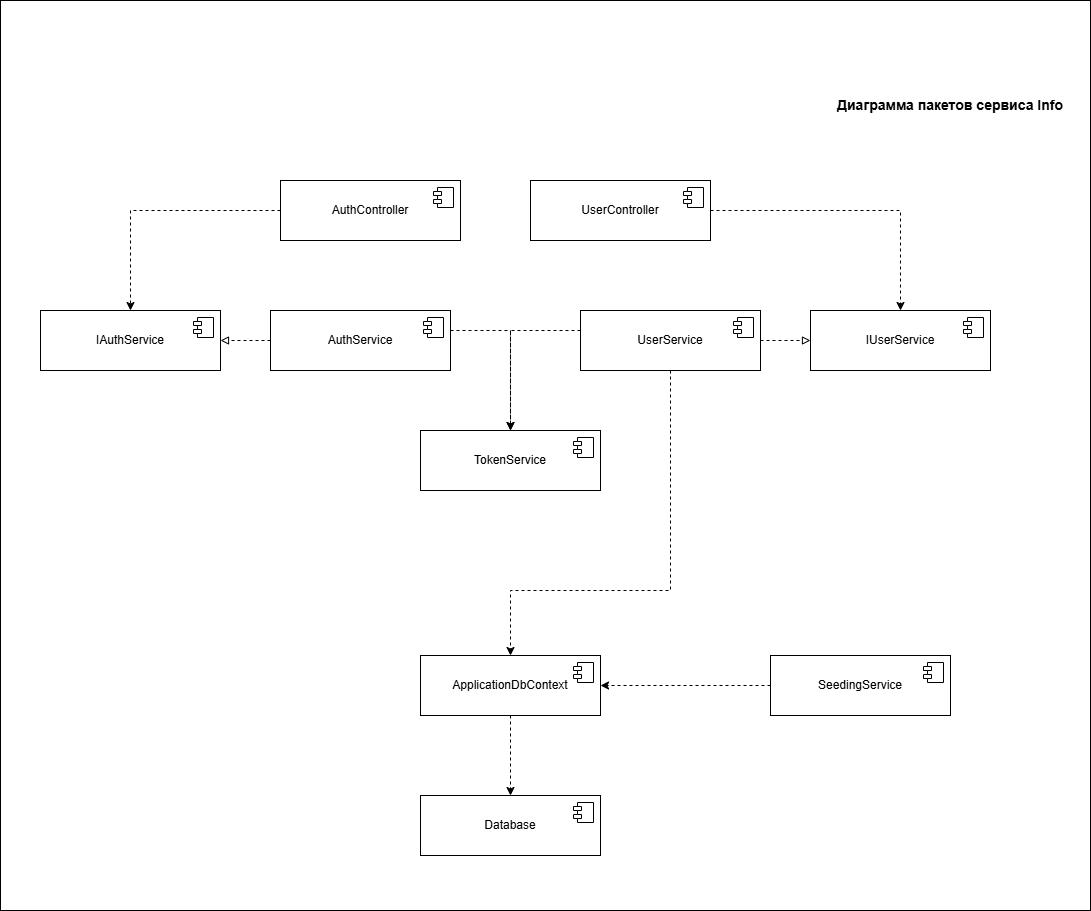
The draw.io diagram Диаграмма_компонентов-Info.drawio.png in Racoon-bank/Racoon-Info, before a commit. Source tidied: cells renumbered, new cells last; positions are measured from the earlier drawing's top-left corner, leaving out a move shared by most shapes.
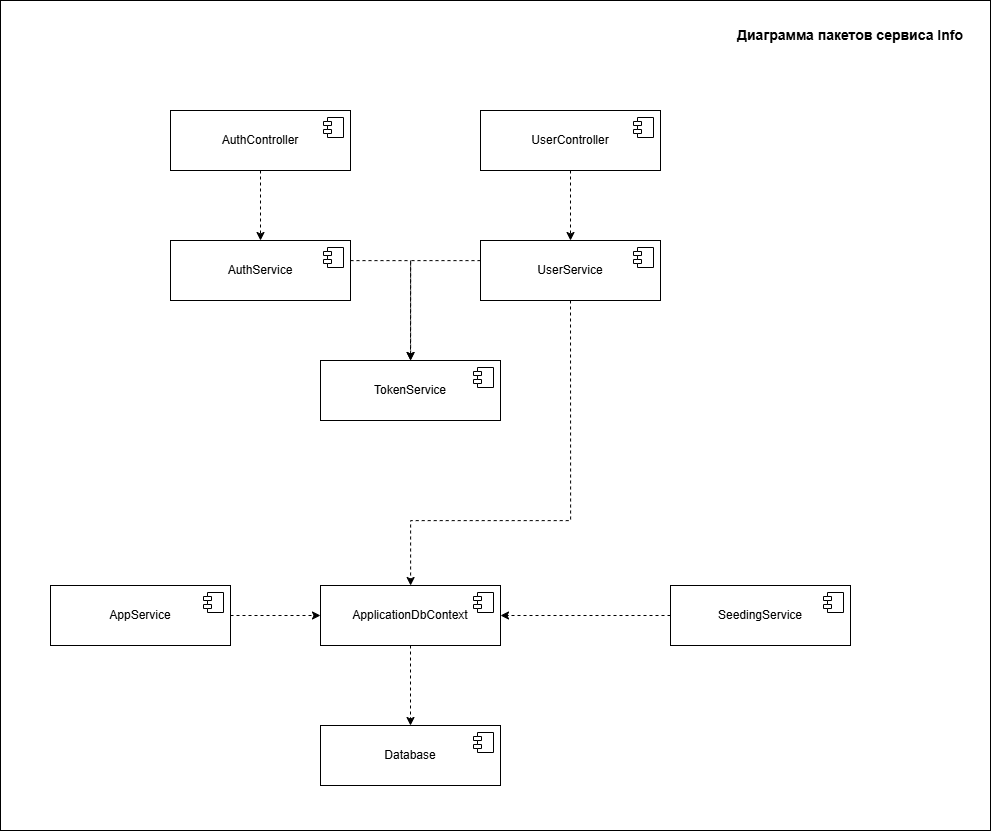
The same diagram one commit later.

Change to the diagram source:
```diff
@@ -2,28 +2,17 @@
   <root>
     <mxCell id="0" />
     <mxCell id="1" parent="0" />
-    <mxCell id="2" style="edgeStyle=orthogonalEdgeStyle;rounded=0;jettySize=auto;html=1;dashed=1;" parent="1" edge="1" source="3" target="5">
+    <mxCell id="2" style="edgeStyle=orthogonalEdgeStyle;rounded=0;jettySize=auto;html=1;dashed=1;entryX=0.5;entryY=0;entryDx=0;entryDy=0;" parent="1" edge="1" source="3" target="9">
       <mxGeometry relative="1" as="geometry" />
     </mxCell>
     <mxCell id="3" value="AuthController" style="html=1;whiteSpace=wrap;" parent="1" vertex="1">
-      <mxGeometry x="280" y="180" width="180" height="60" as="geometry" />
+      <mxGeometry x="270" y="180" width="180" height="60" as="geometry" />
     </mxCell>
     <mxCell id="4" style="shape=module;jettyWidth=8;jettyHeight=4;" parent="3" vertex="1">
       <mxGeometry x="1" width="20" height="20" relative="1" as="geometry">
         <mxPoint x="-27" y="7" as="offset" />
       </mxGeometry>
     </mxCell>
-    <mxCell id="5" value="IAuthService" style="html=1;whiteSpace=wrap;" parent="1" vertex="1">
-      <mxGeometry x="40" y="310" width="180" height="60" as="geometry" />
-    </mxCell>
-    <mxCell id="6" style="shape=module;jettyWidth=8;jettyHeight=4;" parent="5" vertex="1">
-      <mxGeometry x="1" width="20" height="20" relative="1" as="geometry">
-        <mxPoint x="-27" y="7" as="offset" />
-      </mxGeometry>
-    </mxCell>
-    <mxCell id="7" style="edgeStyle=orthogonalEdgeStyle;rounded=0;jettySize=auto;html=1;dashed=1;endArrow=block;endFill=0;" parent="1" edge="1" source="9" target="5">
-      <mxGeometry relative="1" as="geometry" />
-    </mxCell>
     <mxCell id="8" style="edgeStyle=orthogonalEdgeStyle;rounded=0;jettySize=auto;html=1;dashed=1;" parent="1" edge="1" source="9" target="27">
       <mxGeometry relative="1" as="geometry">
         <Array as="points">
@@ -61,11 +50,11 @@
     <mxCell id="16" value="&lt;b&gt;&lt;font style=&quot;font-size: 14px;&quot;&gt;Диаграмма пакетов сервиса Info&lt;/font&gt;&lt;/b&gt;" style="text;html=1;whiteSpace=wrap;strokeColor=none;fillColor=none;align=center;verticalAlign=middle;rounded=0;" parent="1" vertex="1">
       <mxGeometry x="830" y="90" width="240" height="30" as="geometry" />
     </mxCell>
-    <mxCell id="17" style="edgeStyle=orthogonalEdgeStyle;rounded=0;jettySize=auto;html=1;dashed=1;" parent="1" edge="1" source="18" target="21">
+    <mxCell id="17" style="edgeStyle=orthogonalEdgeStyle;rounded=0;jettySize=auto;html=1;dashed=1;" parent="1" edge="1" source="18" target="25">
       <mxGeometry relative="1" as="geometry" />
     </mxCell>
     <mxCell id="18" value="UserController" style="html=1;whiteSpace=wrap;" parent="1" vertex="1">
-      <mxGeometry x="530" y="180" width="180" height="60" as="geometry" />
+      <mxGeometry x="580" y="180" width="180" height="60" as="geometry" />
     </mxCell>
     <mxCell id="19" style="shape=module;jettyWidth=8;jettyHeight=4;" parent="18" vertex="1">
       <mxGeometry x="1" width="20" height="20" relative="1" as="geometry">
@@ -80,17 +69,6 @@
         </Array>
       </mxGeometry>
     </mxCell>
-    <mxCell id="21" value="IUserService" style="html=1;whiteSpace=wrap;" parent="1" vertex="1">
-      <mxGeometry x="810" y="310" width="180" height="60" as="geometry" />
-    </mxCell>
-    <mxCell id="22" style="shape=module;jettyWidth=8;jettyHeight=4;" parent="21" vertex="1">
-      <mxGeometry x="1" width="20" height="20" relative="1" as="geometry">
-        <mxPoint x="-27" y="7" as="offset" />
-      </mxGeometry>
-    </mxCell>
-    <mxCell id="23" style="edgeStyle=orthogonalEdgeStyle;rounded=0;jettySize=auto;html=1;dashed=1;endArrow=block;endFill=0;" parent="1" edge="1" source="25" target="21">
-      <mxGeometry relative="1" as="geometry" />
-    </mxCell>
     <mxCell id="24" style="edgeStyle=orthogonalEdgeStyle;rounded=0;jettySize=auto;html=1;entryX=0.5;entryY=0;entryDx=0;entryDy=0;dashed=1;" parent="1" edge="1" source="25" target="27">
       <mxGeometry relative="1" as="geometry">
         <Array as="points">
@@ -125,8 +103,19 @@
         <mxPoint x="-27" y="7" as="offset" />
       </mxGeometry>
     </mxCell>
-    <mxCell id="32" style="rounded=0;whiteSpace=wrap;html=1;fillColor=none;" parent="1" vertex="1">
-      <mxGeometry width="1090" height="910" as="geometry" />
-    </mxCell>
+    <mxCell id="33" style="edgeStyle=orthogonalEdgeStyle;rounded=0;jettySize=auto;html=1;dashed=1;" parent="1" edge="1" source="34" target="12">
+      <mxGeometry relative="1" as="geometry" />
+    </mxCell>
+    <mxCell id="34" value="&lt;span style=&quot;background-color: transparent; color: light-dark(rgb(0, 0, 0), rgb(255, 255, 255));&quot;&gt;AppService&lt;/span&gt;" style="html=1;whiteSpace=wrap;" parent="1" vertex="1">
+      <mxGeometry x="150" y="655" width="180" height="60" as="geometry" />
+    </mxCell>
+    <mxCell id="35" style="shape=module;jettyWidth=8;jettyHeight=4;" parent="34" vertex="1">
+      <mxGeometry x="1" width="20" height="20" relative="1" as="geometry">
+        <mxPoint x="-27" y="7" as="offset" />
+      </mxGeometry>
+    </mxCell>
+    <mxCell id="36" style="rounded=0;whiteSpace=wrap;html=1;fillColor=none;" parent="1" vertex="1">
+      <mxGeometry x="100" y="70" width="990" height="830" as="geometry" />
+    </mxCell>
   </root>
 </mxGraphModel>
```
